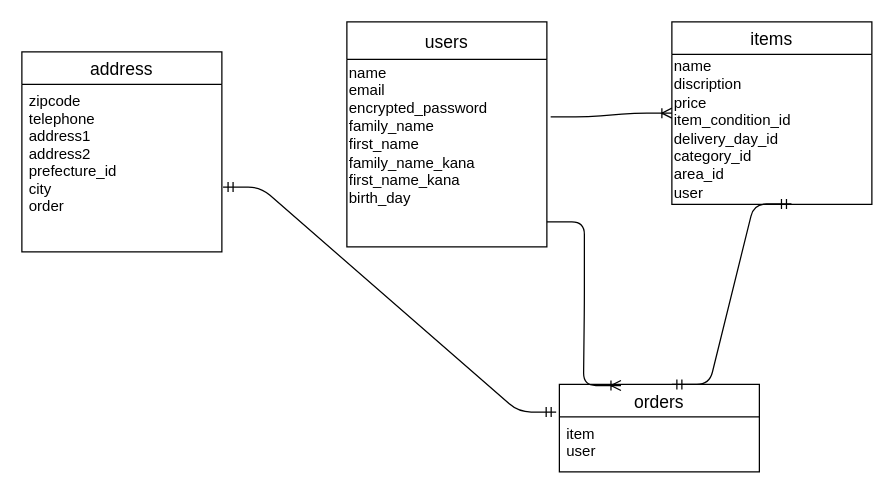
Before: page "ページ1" (1 of 2) of ER.dio in ababab0020/furima-38506, a draw.io diagram. Source tidied: cells renumbered, new cells numbered last; positions are measured from the earlier drawing's top-left corner, leaving out a move shared by most shapes. Both pictures are drawn from the tidied source at 125%, with x=0, y=0 at pixel (21, 21).
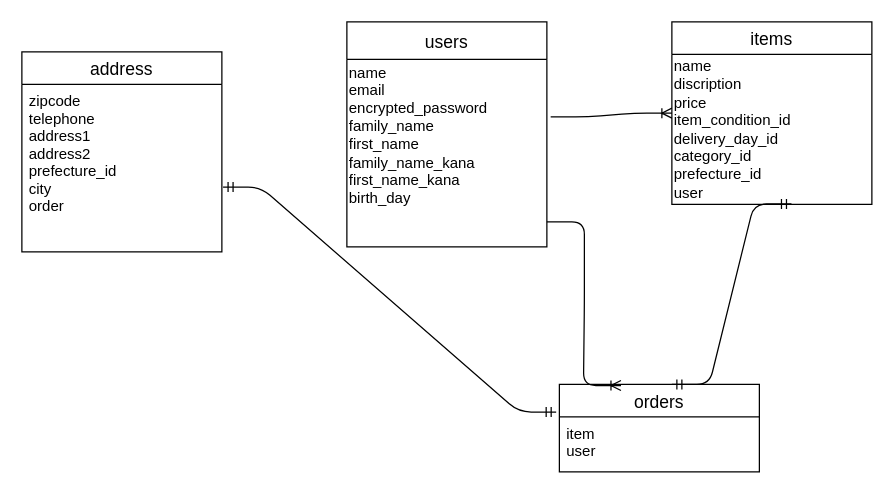
After the change.

What changed in the source:
```diff
@@
 <mxGraphModel>
   <root>
     <mxCell id="0" />
     <mxCell id="1" parent="0" />
     <mxCell id="2" value="address" style="swimlane;fontStyle=0;horizontal=1;startSize=26;align=center;fontSize=14;" parent="1" vertex="1">
       <mxGeometry y="24" width="160" height="160" as="geometry" />
     </mxCell>
     <mxCell id="3" value="zipcode&#10;telephone&#10;address1&#10;address2&#10;prefecture_id&#10;city&#10;order" style="text;strokeColor=none;fillColor=none;spacingLeft=4;spacingRight=4;overflow=hidden;points=[[0,0.5],[1,0.5]];portConstraint=eastwest;fontSize=12;" parent="2" vertex="1">
       <mxGeometry y="26" width="160" height="134" as="geometry" />
     </mxCell>
     <mxCell id="4" value="users" style="swimlane;fontStyle=0;horizontal=1;startSize=30;align=center;fontSize=14;" parent="1" vertex="1">
       <mxGeometry x="260" width="160" height="180" as="geometry" />
     </mxCell>
     <mxCell id="5" value="&lt;div&gt;&lt;span&gt;name&lt;/span&gt;&lt;/div&gt;&lt;div&gt;&lt;span&gt;email&lt;/span&gt;&lt;br&gt;&lt;/div&gt;&lt;div&gt;&lt;span&gt;encrypted_password&lt;/span&gt;&lt;/div&gt;&lt;div&gt;&lt;span&gt;family_name&lt;/span&gt;&lt;/div&gt;&lt;div&gt;&lt;span&gt;first_name&lt;/span&gt;&lt;/div&gt;&lt;div&gt;&lt;span&gt;family_name_kana&lt;/span&gt;&lt;/div&gt;&lt;div&gt;&lt;span&gt;first_name_kana&lt;/span&gt;&lt;/div&gt;&lt;div&gt;birth_day&lt;/div&gt;&lt;div&gt;&lt;span&gt;&lt;br&gt;&lt;/span&gt;&lt;/div&gt;&lt;div&gt;&lt;br&gt;&lt;/div&gt;" style="text;html=1;align=left;verticalAlign=middle;points=[];strokeColor=none;fillColor=none;" parent="4" vertex="1">
       <mxGeometry y="30" width="160" height="150" as="geometry" />
     </mxCell>
     <mxCell id="6" style="edgeStyle=entityRelationEdgeStyle;fontSize=12;html=1;endArrow=ERoneToMany;exitX=1.019;exitY=0.306;exitDx=0;exitDy=0;exitPerimeter=0;" parent="1" edge="1" source="5" target="7">
       <mxGeometry relative="1" as="geometry" />
     </mxCell>
     <mxCell id="7" value="items" style="swimlane;fontStyle=0;horizontal=1;startSize=26;align=center;fontSize=14;fillColor=default;" parent="1" vertex="1">
       <mxGeometry x="520" width="160" height="146" as="geometry" />
     </mxCell>
-    <mxCell id="8" value="&lt;div&gt;&lt;span&gt;name&lt;/span&gt;&lt;/div&gt;&lt;div&gt;&lt;span&gt;discription&lt;/span&gt;&lt;/div&gt;&lt;div&gt;&lt;span&gt;price&lt;/span&gt;&lt;/div&gt;&lt;div&gt;&lt;span&gt;item_condition_id&lt;/span&gt;&lt;/div&gt;&lt;div&gt;&lt;span&gt;delivery_day_id&lt;/span&gt;&lt;/div&gt;&lt;div&gt;&lt;span&gt;category_id&lt;/span&gt;&lt;br&gt;&lt;/div&gt;&lt;div&gt;&lt;span&gt;area_id&lt;/span&gt;&lt;/div&gt;&lt;div&gt;&lt;span&gt;user&lt;/span&gt;&lt;/div&gt;" style="text;html=1;align=left;verticalAlign=middle;points=[];strokeColor=none;fillColor=none;" parent="7" vertex="1">
+    <mxCell id="8" value="&lt;div&gt;&lt;span&gt;name&lt;/span&gt;&lt;/div&gt;&lt;div&gt;&lt;span&gt;discription&lt;/span&gt;&lt;/div&gt;&lt;div&gt;&lt;span&gt;price&lt;/span&gt;&lt;/div&gt;&lt;div&gt;&lt;span&gt;item_condition_id&lt;/span&gt;&lt;/div&gt;&lt;div&gt;&lt;span&gt;delivery_day_id&lt;/span&gt;&lt;/div&gt;&lt;div&gt;&lt;span&gt;category_id&lt;/span&gt;&lt;br&gt;&lt;/div&gt;&lt;div&gt;&lt;span&gt;prefecture_id&lt;/span&gt;&lt;/div&gt;&lt;div&gt;&lt;span&gt;user&lt;/span&gt;&lt;/div&gt;" style="text;html=1;align=left;verticalAlign=middle;points=[];strokeColor=none;fillColor=none;" parent="7" vertex="1">
       <mxGeometry y="26" width="160" height="120" as="geometry" />
     </mxCell>
     <mxCell id="9" value="orders" style="swimlane;fontStyle=0;horizontal=1;startSize=26;align=center;fontSize=14;fillColor=default;" parent="1" vertex="1">
       <mxGeometry x="430" y="290" width="160" height="70" as="geometry" />
     </mxCell>
     <mxCell id="10" value="item&#10;user" style="text;strokeColor=none;fillColor=none;spacingLeft=4;spacingRight=4;overflow=hidden;points=[[0,0.5],[1,0.5]];portConstraint=eastwest;fontSize=12;" parent="9" vertex="1">
       <mxGeometry y="26" width="160" height="44" as="geometry" />
     </mxCell>
     <mxCell id="11" style="edgeStyle=entityRelationEdgeStyle;fontSize=12;html=1;endArrow=ERmandOne;startArrow=ERmandOne;entryX=0.598;entryY=0.997;entryDx=0;entryDy=0;entryPerimeter=0;" parent="1" edge="1" target="8">
       <mxGeometry relative="1" as="geometry">
         <mxPoint x="520" y="290" as="sourcePoint" />
       </mxGeometry>
     </mxCell>
     <mxCell id="12" style="edgeStyle=entityRelationEdgeStyle;fontSize=12;html=1;endArrow=ERmandOne;startArrow=ERmandOne;entryX=-0.016;entryY=-0.088;entryDx=0;entryDy=0;entryPerimeter=0;exitX=1.006;exitY=0.613;exitDx=0;exitDy=0;exitPerimeter=0;" parent="1" edge="1" source="3" target="10">
       <mxGeometry relative="1" as="geometry" />
     </mxCell>
     <mxCell id="13" style="edgeStyle=entityRelationEdgeStyle;fontSize=12;html=1;endArrow=ERoneToMany;entryX=0.308;entryY=0.013;entryDx=0;entryDy=0;entryPerimeter=0;" parent="1" edge="1" target="9">
       <mxGeometry relative="1" as="geometry">
         <mxPoint x="420" y="160" as="sourcePoint" />
       </mxGeometry>
     </mxCell>
   </root>
 </mxGraphModel>
```
